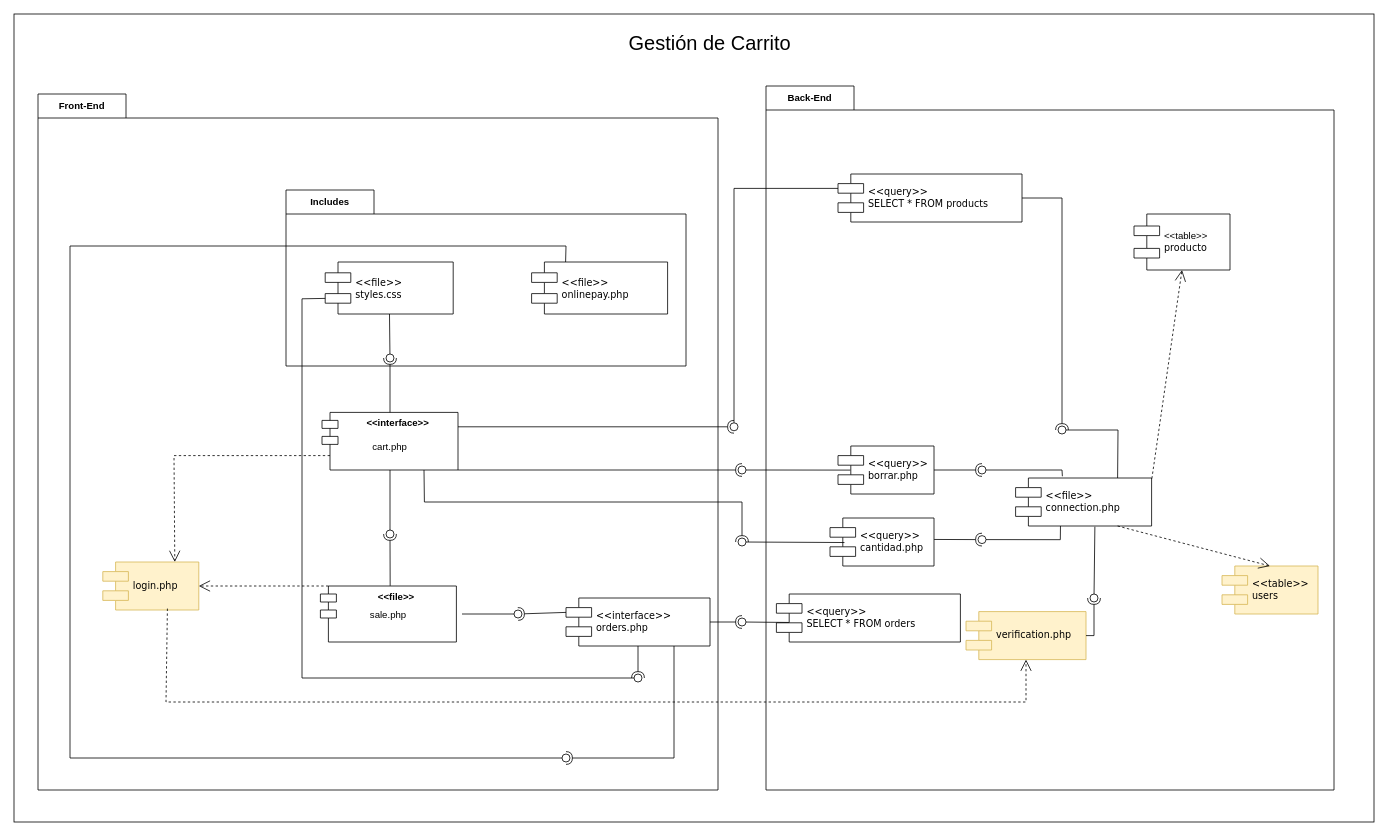
Before: Diagramas/DiagramaComponentesCDua.drawio in JorgeADnro/Torres, a draw.io diagram. Source tidied: cells renumbered, new cells numbered last; positions are measured from the earlier drawing's top-left corner, leaving out a move shared by most shapes. Both pictures are drawn from the tidied source at 80%, with x=0, y=0 at pixel (14, 14).
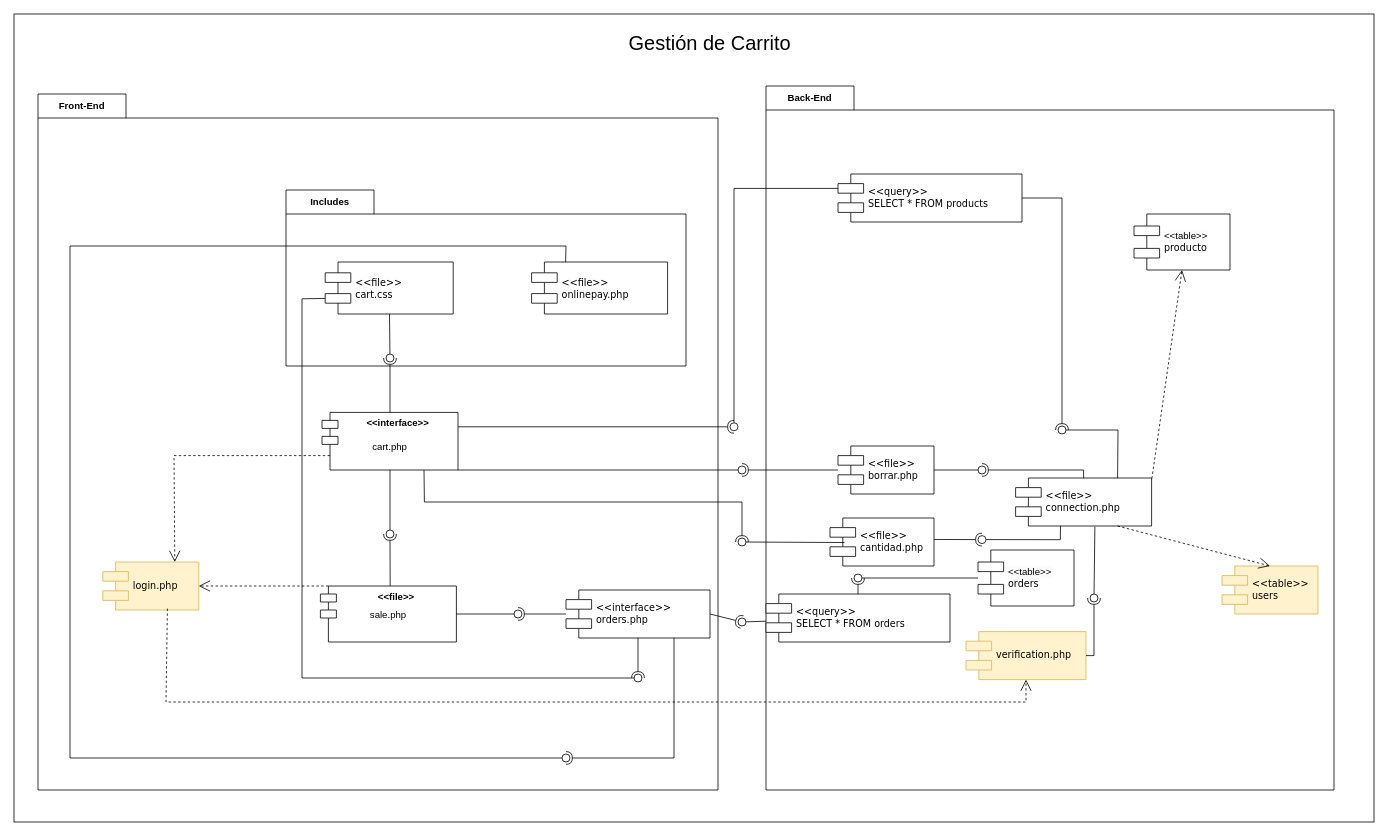
The same diagram, later.

Unchanged cells that the change refers to:
```xml
<mxCell id="6" value="&amp;lt;&amp;lt;interface&amp;gt;&amp;gt;" style="shape=module;align=left;spacingLeft=20;align=center;verticalAlign=top;whiteSpace=wrap;html=1;fontStyle=1;" parent="1" vertex="1">
  <mxGeometry x="385" y="498" width="170" height="72" as="geometry" />
</mxCell>
<mxCell id="15" value="&amp;lt;&amp;lt;file&amp;gt;&amp;gt;" style="shape=module;align=center;spacingLeft=20;align=center;verticalAlign=top;whiteSpace=wrap;html=1;fontStyle=1;" parent="14" vertex="1">
  <mxGeometry width="170" height="70" as="geometry" />
</mxCell>
<mxCell id="41" value="&amp;lt;&amp;lt;file&amp;gt;&amp;gt;&lt;br&gt;connection.php" style="shape=component;align=left;spacingLeft=36;rounded=0;shadow=0;comic=0;labelBackgroundColor=none;strokeWidth=1;fontFamily=Verdana;fontSize=12;html=1;" parent="1" vertex="1">
  <mxGeometry x="1252" y="580" width="170" height="60" as="geometry" />
</mxCell>
```

Diff of the diagram source:
```diff
@@
-    <mxCell id="10" value="&amp;lt;&amp;lt;file&amp;gt;&amp;gt;&lt;br&gt;styles.css" style="shape=component;align=left;spacingLeft=36;rounded=0;shadow=0;comic=0;labelBackgroundColor=none;strokeWidth=1;fontFamily=Verdana;fontSize=12;html=1;" parent="1" vertex="1">
+    <mxCell id="10" value="&amp;lt;&amp;lt;file&amp;gt;&amp;gt;&lt;br&gt;cart.css" style="shape=component;align=left;spacingLeft=36;rounded=0;shadow=0;comic=0;labelBackgroundColor=none;strokeWidth=1;fontFamily=Verdana;fontSize=12;html=1;" parent="1" vertex="1">
       <mxGeometry x="389" y="310" width="160" height="65" as="geometry" />
     </mxCell>
@@
     <mxCell id="13" value="&amp;lt;&amp;lt;interface&amp;gt;&amp;gt;&lt;br&gt;orders.php" style="shape=component;align=left;spacingLeft=36;rounded=0;shadow=0;comic=0;labelBackgroundColor=none;strokeWidth=1;fontFamily=Verdana;fontSize=12;html=1;" parent="1" vertex="1">
-      <mxGeometry x="690" y="730" width="180" height="60" as="geometry" />
+      <mxGeometry x="690" y="720" width="180" height="60" as="geometry" />
     </mxCell>
@@
-    <mxCell id="19" style="rounded=0;jettySize=auto;html=1;endArrow=halfCircle;endFill=0;endSize=6;strokeWidth=1;sketch=0;exitX=0;exitY=0.3;exitDx=0;exitDy=0;" parent="1" edge="1" source="13">
+    <mxCell id="19" style="rounded=0;jettySize=auto;html=1;endArrow=halfCircle;endFill=0;endSize=6;strokeWidth=1;sketch=0;" parent="1" edge="1" source="13">
       <mxGeometry relative="1" as="geometry">
         <mxPoint x="630" y="750" as="targetPoint" />
       </mxGeometry>
     </mxCell>
-    <mxCell id="20" style="rounded=0;orthogonalLoop=1;jettySize=auto;html=1;endArrow=oval;endFill=0;sketch=0;sourcePerimeterSpacing=0;targetPerimeterSpacing=0;endSize=10;" parent="1" edge="1">
+    <mxCell id="20" style="rounded=0;jettySize=auto;html=1;endArrow=oval;endFill=0;sketch=0;sourcePerimeterSpacing=0;targetPerimeterSpacing=0;endSize=10;" parent="1" edge="1" source="15">
       <mxGeometry relative="1" as="geometry">
-        <mxPoint x="560" y="750" as="sourcePoint" />
         <mxPoint x="630" y="750" as="targetPoint" />
       </mxGeometry>
     </mxCell>
@@
     <mxCell id="26" value="verification.php" style="shape=component;align=left;spacingLeft=36;rounded=0;shadow=0;comic=0;labelBackgroundColor=none;strokeWidth=1;fontFamily=Verdana;fontSize=12;html=1;fillColor=#fff2cc;strokeColor=#d6b656;" parent="1" vertex="1">
-      <mxGeometry x="1190" y="747" width="150" height="60" as="geometry" />
+      <mxGeometry x="1190" y="772" width="150" height="60" as="geometry" />
     </mxCell>
@@
     <mxCell id="28" style="rounded=0;jettySize=auto;html=1;endArrow=halfCircle;endFill=0;endSize=6;strokeWidth=1;sketch=0;exitX=1;exitY=0.5;exitDx=0;exitDy=0;" parent="1" edge="1" source="26">
       <mxGeometry relative="1" as="geometry">
         <mxPoint x="1350" y="730" as="targetPoint" />
         <Array as="points">
-          <mxPoint x="1350" y="777" />
+          <mxPoint x="1350" y="802" />
         </Array>
       </mxGeometry>
     </mxCell>
@@
-    <mxCell id="39" value="&amp;lt;&amp;lt;query&amp;gt;&amp;gt;&lt;br&gt;borrar.php" style="shape=component;align=left;spacingLeft=36;rounded=0;shadow=0;comic=0;labelBackgroundColor=none;strokeWidth=1;fontFamily=Verdana;fontSize=12;html=1;" parent="1" vertex="1">
+    <mxCell id="39" value="&amp;lt;&amp;lt;file&amp;gt;&amp;gt;&lt;br&gt;borrar.php" style="shape=component;align=left;spacingLeft=36;rounded=0;shadow=0;comic=0;labelBackgroundColor=none;strokeWidth=1;fontFamily=Verdana;fontSize=12;html=1;" parent="1" vertex="1">
       <mxGeometry x="1030" y="540" width="120" height="60" as="geometry" />
     </mxCell>
-    <mxCell id="40" value="&amp;lt;&amp;lt;query&amp;gt;&amp;gt;&lt;br&gt;cantidad.php" style="shape=component;align=left;spacingLeft=36;rounded=0;shadow=0;comic=0;labelBackgroundColor=none;strokeWidth=1;fontFamily=Verdana;fontSize=12;html=1;" parent="1" vertex="1">
+    <mxCell id="40" value="&amp;lt;&amp;lt;file&amp;gt;&amp;gt;&lt;br&gt;cantidad.php" style="shape=component;align=left;spacingLeft=36;rounded=0;shadow=0;comic=0;labelBackgroundColor=none;strokeWidth=1;fontFamily=Verdana;fontSize=12;html=1;" parent="1" vertex="1">
       <mxGeometry x="1020" y="630" width="130" height="60" as="geometry" />
     </mxCell>
@@
-    <mxCell id="45" style="rounded=0;jettySize=auto;html=1;endArrow=halfCircle;endFill=0;endSize=6;strokeWidth=1;sketch=0;exitX=1;exitY=0.5;exitDx=0;exitDy=0;" parent="1" edge="1" source="39">
+    <mxCell id="45" style="rounded=0;jettySize=auto;html=1;endArrow=halfCircle;endFill=0;endSize=6;strokeWidth=1;sketch=0;" parent="1" edge="1" source="41">
       <mxGeometry relative="1" as="geometry">
         <mxPoint x="1210" y="570" as="targetPoint" />
+        <Array as="points">
+          <mxPoint x="1337" y="570" />
+        </Array>
       </mxGeometry>
     </mxCell>
@@
-    <mxCell id="47" style="rounded=0;jettySize=auto;html=1;endArrow=oval;endFill=0;sketch=0;sourcePerimeterSpacing=0;targetPerimeterSpacing=0;endSize=10;exitX=0.344;exitY=-0.036;exitDx=0;exitDy=0;exitPerimeter=0;" parent="1" edge="1" source="41">
+    <mxCell id="47" style="rounded=0;jettySize=auto;html=1;endArrow=oval;endFill=0;sketch=0;sourcePerimeterSpacing=0;targetPerimeterSpacing=0;endSize=10;" parent="1" edge="1" source="39">
       <mxGeometry relative="1" as="geometry">
         <mxPoint x="1210" y="570" as="targetPoint" />
-        <Array as="points">
-          <mxPoint x="1310" y="570" />
-        </Array>
       </mxGeometry>
     </mxCell>
@@
-    <mxCell id="53" style="rounded=0;jettySize=auto;html=1;endArrow=halfCircle;endFill=0;endSize=6;strokeWidth=1;sketch=0;exitX=1;exitY=1;exitDx=0;exitDy=0;" parent="1" edge="1" source="6">
+    <mxCell id="53" style="rounded=0;jettySize=auto;html=1;endArrow=halfCircle;endFill=0;endSize=6;strokeWidth=1;sketch=0;" parent="1" edge="1" source="39">
       <mxGeometry relative="1" as="geometry">
         <mxPoint x="910" y="570" as="targetPoint" />
       </mxGeometry>
     </mxCell>
-    <mxCell id="54" style="rounded=0;jettySize=auto;html=1;endArrow=oval;endFill=0;sketch=0;sourcePerimeterSpacing=0;targetPerimeterSpacing=0;endSize=10;exitX=0.129;exitY=0.502;exitDx=0;exitDy=0;exitPerimeter=0;" parent="1" edge="1" source="39">
+    <mxCell id="54" style="rounded=0;jettySize=auto;html=1;endArrow=oval;endFill=0;sketch=0;sourcePerimeterSpacing=0;targetPerimeterSpacing=0;endSize=10;exitX=1;exitY=1;exitDx=0;exitDy=0;" parent="1" edge="1" source="6">
       <mxGeometry relative="1" as="geometry">
         <mxPoint x="910" y="570" as="targetPoint" />
       </mxGeometry>
     </mxCell>
     <mxCell id="55" value="&amp;lt;&amp;lt;query&amp;gt;&amp;gt;&lt;br&gt;SELECT * FROM orders" style="shape=component;align=left;spacingLeft=36;rounded=0;shadow=0;comic=0;labelBackgroundColor=none;strokeWidth=1;fontFamily=Verdana;fontSize=12;html=1;" parent="1" vertex="1">
-      <mxGeometry x="953" y="725" width="230" height="60" as="geometry" />
+      <mxGeometry x="940" y="725" width="230" height="60" as="geometry" />
     </mxCell>
@@
-    <mxCell id="59" style="rounded=0;jettySize=auto;html=1;endArrow=oval;endFill=0;sketch=0;sourcePerimeterSpacing=0;targetPerimeterSpacing=0;endSize=10;exitX=0.068;exitY=0.593;exitDx=0;exitDy=0;exitPerimeter=0;" parent="1" edge="1" source="55">
+    <mxCell id="59" style="rounded=0;jettySize=auto;html=1;endArrow=oval;endFill=0;sketch=0;sourcePerimeterSpacing=0;targetPerimeterSpacing=0;endSize=10;" parent="1" edge="1" source="55">
       <mxGeometry relative="1" as="geometry">
         <mxPoint x="910" y="760" as="targetPoint" />
       </mxGeometry>
     </mxCell>
+    <mxCell id="60" value="&lt;span style=&quot;color: rgb(0, 0, 0); font-family: Helvetica; font-size: 12px; font-style: normal; font-variant-ligatures: normal; font-variant-caps: normal; font-weight: 400; letter-spacing: normal; orphans: 2; text-align: center; text-indent: 0px; text-transform: none; widows: 2; word-spacing: 0px; -webkit-text-stroke-width: 0px; background-color: rgb(251, 251, 251); text-decoration-thickness: initial; text-decoration-style: initial; text-decoration-color: initial; float: none; display: inline !important;&quot;&gt;&amp;lt;&amp;lt;table&amp;gt;&amp;gt;&lt;/span&gt;&lt;br style=&quot;border-color: var(--border-color); color: rgb(0, 0, 0); font-family: Helvetica; font-size: 12px; font-style: normal; font-variant-ligatures: normal; font-variant-caps: normal; font-weight: 400; letter-spacing: normal; orphans: 2; text-align: center; text-indent: 0px; text-transform: none; widows: 2; word-spacing: 0px; -webkit-text-stroke-width: 0px; background-color: rgb(251, 251, 251); text-decoration-thickness: initial; text-decoration-style: initial; text-decoration-color: initial;&quot;&gt;orders" style="shape=component;align=left;spacingLeft=36;rounded=0;shadow=0;comic=0;labelBackgroundColor=none;strokeWidth=1;fontFamily=Verdana;fontSize=12;html=1;" parent="1" vertex="1">
+      <mxGeometry x="1205" y="670" width="120" height="70" as="geometry" />
+    </mxCell>
+    <mxCell id="61" style="rounded=0;jettySize=auto;html=1;endArrow=halfCircle;endFill=0;endSize=6;strokeWidth=1;sketch=0;" parent="1" edge="1" source="55" target="63">
+      <mxGeometry relative="1" as="geometry" />
+    </mxCell>
+    <mxCell id="62" style="rounded=0;jettySize=auto;html=1;endArrow=oval;endFill=0;sketch=0;sourcePerimeterSpacing=0;targetPerimeterSpacing=0;endSize=10;" parent="1" edge="1" source="60" target="63">
+      <mxGeometry relative="1" as="geometry" />
+    </mxCell>
+    <mxCell id="63" style="ellipse;whiteSpace=wrap;html=1;align=center;fillColor=none;strokeColor=none;perimeter=centerPerimeter;points=[];outlineConnect=1;" parent="1" vertex="1">
+      <mxGeometry x="1050" y="700" width="10" height="10" as="geometry" />
+    </mxCell>
```
